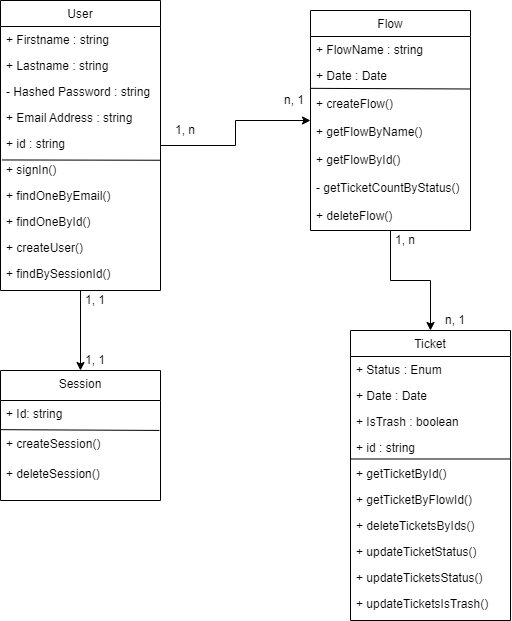
Above: MDC.drawio.png in ClementPremartin/diagramme-flux (draw.io), before the change. Source tidied: cells renumbered, new cells last; positions are measured from the earlier drawing's top-left corner, leaving out a move shared by most shapes.
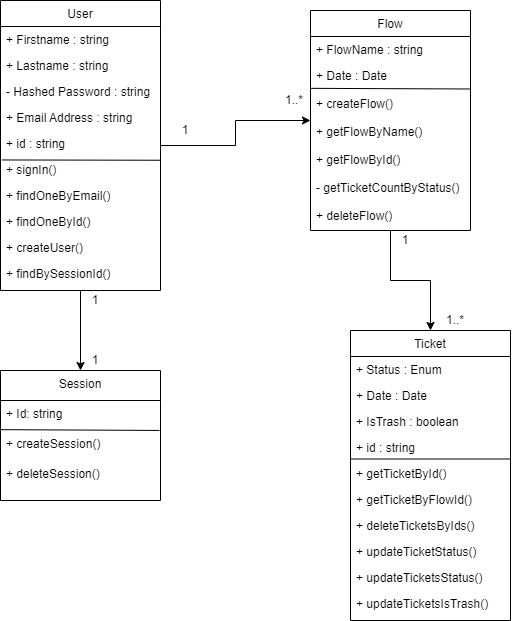
Above is the later version.

Commit message:
Mettre à jour MDC.drawio.png

What changed in the source:
```diff
@@ -125,22 +125,22 @@
     <mxCell id="42" style="endArrow=none;html=1;rounded=0;exitX=0.002;exitY=-0.077;exitDx=0;exitDy=0;exitPerimeter=0;entryX=1.002;entryY=-0.054;entryDx=0;entryDy=0;entryPerimeter=0;" parent="34" edge="1" source="37" target="37">
       <mxGeometry relative="1" as="geometry" />
     </mxCell>
-    <mxCell id="43" value="1, n" style="text;html=1;strokeColor=none;fillColor=none;align=center;verticalAlign=middle;whiteSpace=wrap;rounded=0;" parent="1" vertex="1">
+    <mxCell id="43" value="1" style="text;html=1;strokeColor=none;fillColor=none;align=center;verticalAlign=middle;whiteSpace=wrap;rounded=0;" parent="1" vertex="1">
       <mxGeometry x="170" y="120" width="30" height="20" as="geometry" />
     </mxCell>
-    <mxCell id="44" value="n, 1" style="text;html=1;strokeColor=none;fillColor=none;align=center;verticalAlign=middle;whiteSpace=wrap;rounded=0;" parent="1" vertex="1">
+    <mxCell id="44" value="1..*" style="text;html=1;strokeColor=none;fillColor=none;align=center;verticalAlign=middle;whiteSpace=wrap;rounded=0;" parent="1" vertex="1">
       <mxGeometry x="279" y="90" width="30" height="20" as="geometry" />
     </mxCell>
-    <mxCell id="45" value="1, 1" style="text;html=1;strokeColor=none;fillColor=none;align=center;verticalAlign=middle;whiteSpace=wrap;rounded=0;" parent="1" vertex="1">
+    <mxCell id="45" value="1" style="text;html=1;strokeColor=none;fillColor=none;align=center;verticalAlign=middle;whiteSpace=wrap;rounded=0;" parent="1" vertex="1">
       <mxGeometry x="80" y="290" width="30" height="20" as="geometry" />
     </mxCell>
-    <mxCell id="46" value="1, 1" style="text;html=1;strokeColor=none;fillColor=none;align=center;verticalAlign=middle;whiteSpace=wrap;rounded=0;" parent="1" vertex="1">
+    <mxCell id="46" value="1" style="text;html=1;strokeColor=none;fillColor=none;align=center;verticalAlign=middle;whiteSpace=wrap;rounded=0;" parent="1" vertex="1">
       <mxGeometry x="80" y="350" width="30" height="20" as="geometry" />
     </mxCell>
-    <mxCell id="47" value="1, n" style="text;html=1;strokeColor=none;fillColor=none;align=center;verticalAlign=middle;whiteSpace=wrap;rounded=0;" parent="1" vertex="1">
+    <mxCell id="47" value="1" style="text;html=1;strokeColor=none;fillColor=none;align=center;verticalAlign=middle;whiteSpace=wrap;rounded=0;" parent="1" vertex="1">
       <mxGeometry x="390" y="230" width="30" height="20" as="geometry" />
     </mxCell>
-    <mxCell id="48" value="n, 1" style="text;html=1;strokeColor=none;fillColor=none;align=center;verticalAlign=middle;whiteSpace=wrap;rounded=0;" parent="1" vertex="1">
+    <mxCell id="48" value="1..*" style="text;html=1;strokeColor=none;fillColor=none;align=center;verticalAlign=middle;whiteSpace=wrap;rounded=0;" parent="1" vertex="1">
       <mxGeometry x="440" y="310" width="30" height="20" as="geometry" />
     </mxCell>
   </root>
```
